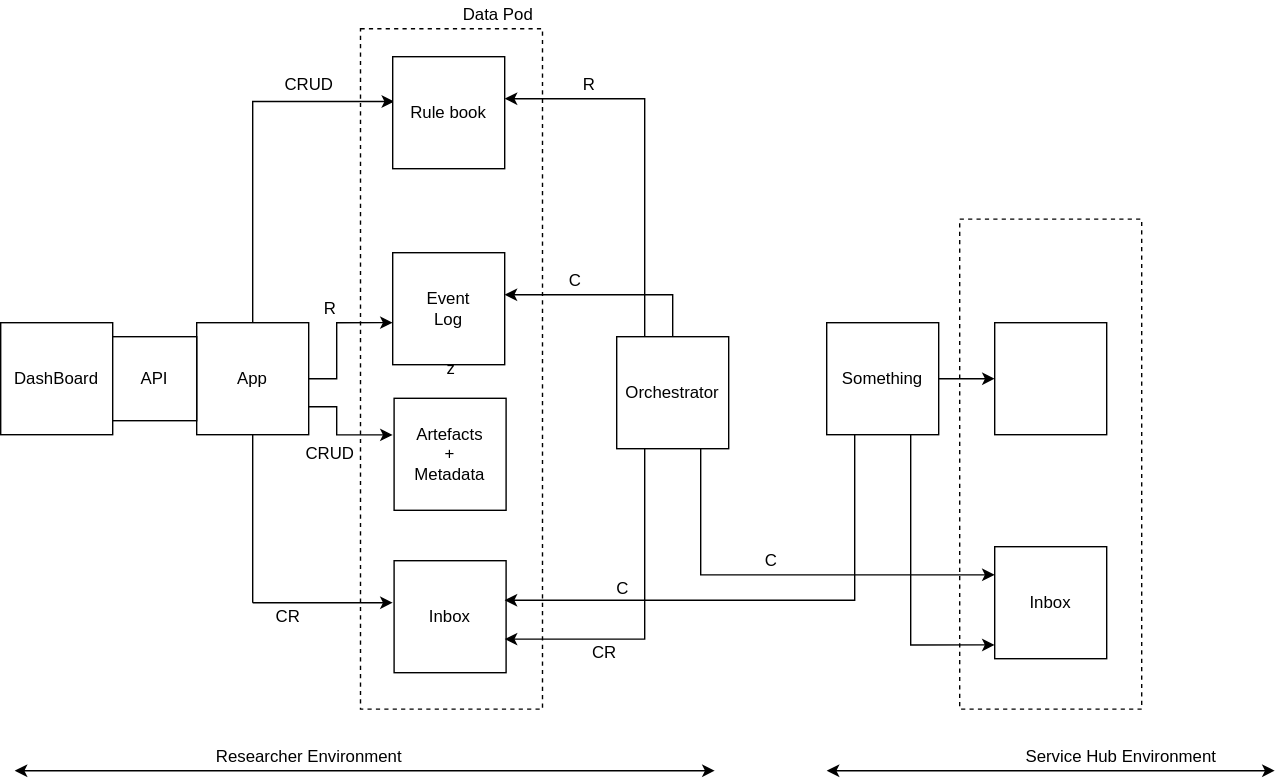
MellonScholarlyCommunication/spec-overview keeps this draw.io diagram as images/mellon-crud.svg. Above is the earlier version. Source tidied: cells renumbered, new cells last; positions are measured from the earlier drawing's top-left corner, leaving out a move shared by most shapes.
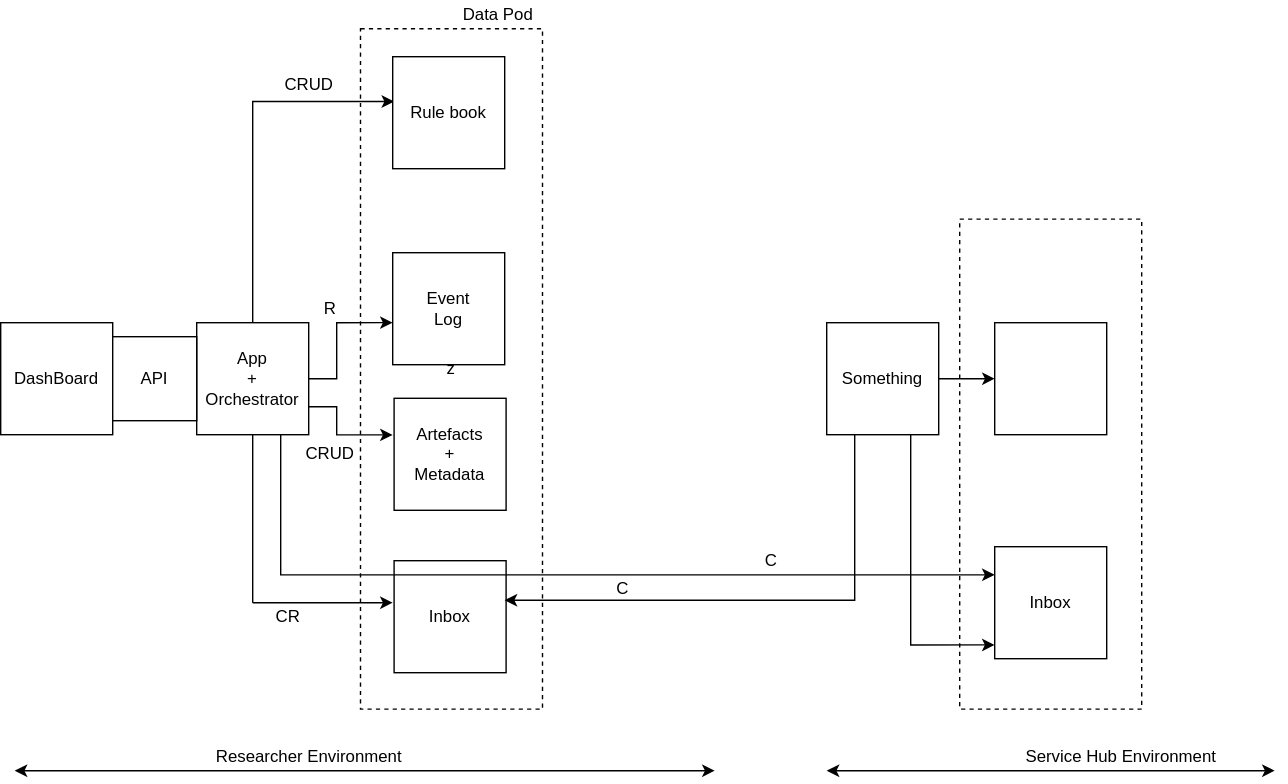
After the change.

Diff of the diagram source:
```diff
@@ -14,7 +14,7 @@
     <mxCell id="5" style="edgeStyle=orthogonalEdgeStyle;rounded=0;jettySize=auto;html=1;exitX=1;exitY=0.75;exitDx=0;exitDy=0;entryX=0.177;entryY=0.597;entryDx=0;entryDy=0;entryPerimeter=0;" parent="1" edge="1" source="6" target="2">
       <mxGeometry relative="1" as="geometry" />
     </mxCell>
-    <mxCell id="6" value="App" style="whiteSpace=wrap;html=1;" parent="1" vertex="1">
+    <mxCell id="6" value="App&lt;br&gt;+&lt;br&gt;Orchestrator" style="whiteSpace=wrap;html=1;" parent="1" vertex="1">
       <mxGeometry x="140" y="230" width="80" height="80" as="geometry" />
     </mxCell>
     <mxCell id="7" value="DashBoard" style="whiteSpace=wrap;html=1;" parent="1" vertex="1">
@@ -35,26 +35,9 @@
     <mxCell id="12" value="Inbox" style="whiteSpace=wrap;html=1;" parent="1" vertex="1">
       <mxGeometry x="281" y="400" width="80" height="80" as="geometry" />
     </mxCell>
-    <mxCell id="13" style="edgeStyle=orthogonalEdgeStyle;rounded=0;jettySize=auto;html=1;exitX=0.5;exitY=0;exitDx=0;exitDy=0;entryX=0.792;entryY=0.391;entryDx=0;entryDy=0;entryPerimeter=0;" parent="1" edge="1" source="17" target="2">
-      <mxGeometry relative="1" as="geometry" />
-    </mxCell>
-    <mxCell id="14" style="edgeStyle=orthogonalEdgeStyle;rounded=0;jettySize=auto;html=1;exitX=0.25;exitY=1;exitDx=0;exitDy=0;" parent="1" edge="1" source="17">
-      <mxGeometry relative="1" as="geometry">
-        <mxPoint x="360" y="456" as="targetPoint" />
-        <Array as="points">
-          <mxPoint x="460" y="456" />
-        </Array>
-      </mxGeometry>
-    </mxCell>
-    <mxCell id="15" style="edgeStyle=orthogonalEdgeStyle;rounded=0;jettySize=auto;html=1;exitX=0.75;exitY=1;exitDx=0;exitDy=0;entryX=0.192;entryY=0.726;entryDx=0;entryDy=0;entryPerimeter=0;" parent="1" edge="1" source="17" target="31">
+    <mxCell id="15" style="edgeStyle=orthogonalEdgeStyle;rounded=0;jettySize=auto;html=1;exitX=0.75;exitY=1;exitDx=0;exitDy=0;entryX=0.192;entryY=0.726;entryDx=0;entryDy=0;entryPerimeter=0;" parent="1" edge="1" source="6" target="31">
       <mxGeometry relative="1" as="geometry" />
     </mxCell>
-    <mxCell id="16" style="edgeStyle=orthogonalEdgeStyle;rounded=0;jettySize=auto;html=1;exitX=0.25;exitY=0;exitDx=0;exitDy=0;entryX=1;entryY=0.375;entryDx=0;entryDy=0;entryPerimeter=0;" parent="1" edge="1" source="17" target="9">
-      <mxGeometry relative="1" as="geometry" />
-    </mxCell>
-    <mxCell id="17" value="Orchestrator" style="whiteSpace=wrap;html=1;" parent="1" vertex="1">
-      <mxGeometry x="440" y="240" width="80" height="80" as="geometry" />
-    </mxCell>
     <mxCell id="18" style="edgeStyle=orthogonalEdgeStyle;rounded=0;jettySize=auto;html=1;exitX=0.25;exitY=1;exitDx=0;exitDy=0;entryX=0.792;entryY=0.84;entryDx=0;entryDy=0;entryPerimeter=0;" parent="1" edge="1" source="21" target="2">
       <mxGeometry relative="1" as="geometry">
         <Array as="points">
@@ -86,12 +69,6 @@
     <mxCell id="26" value="CR" style="text;html=1;align=center;verticalAlign=middle;strokeColor=none;" parent="1" vertex="1">
       <mxGeometry x="190" y="430" width="30" height="20" as="geometry" />
     </mxCell>
-    <mxCell id="27" value="C" style="text;html=1;align=center;verticalAlign=middle;strokeColor=none;" parent="1" vertex="1">
-      <mxGeometry x="400" y="190" width="20" height="20" as="geometry" />
-    </mxCell>
-    <mxCell id="28" value="CR" style="text;html=1;align=center;verticalAlign=middle;strokeColor=none;" parent="1" vertex="1">
-      <mxGeometry x="416" y="456" width="30" height="20" as="geometry" />
-    </mxCell>
     <mxCell id="29" value="Data Pod" style="text;html=1;align=center;verticalAlign=middle;strokeColor=none;" parent="1" vertex="1">
       <mxGeometry x="320" width="70" height="20" as="geometry" />
     </mxCell>
@@ -104,9 +81,6 @@
     <mxCell id="32" value="C" style="text;html=1;align=center;verticalAlign=middle;strokeColor=none;" parent="1" vertex="1">
       <mxGeometry x="540" y="390" width="20" height="20" as="geometry" />
     </mxCell>
-    <mxCell id="33" value="R" style="text;html=1;align=center;verticalAlign=middle;strokeColor=none;" parent="1" vertex="1">
-      <mxGeometry x="410" y="50" width="20" height="20" as="geometry" />
-    </mxCell>
     <mxCell id="34" style="endArrow=classic;startArrow=classic;html=1;" parent="1" edge="1">
       <mxGeometry relative="1" as="geometry">
         <mxPoint x="10" y="550" as="sourcePoint" />
```
